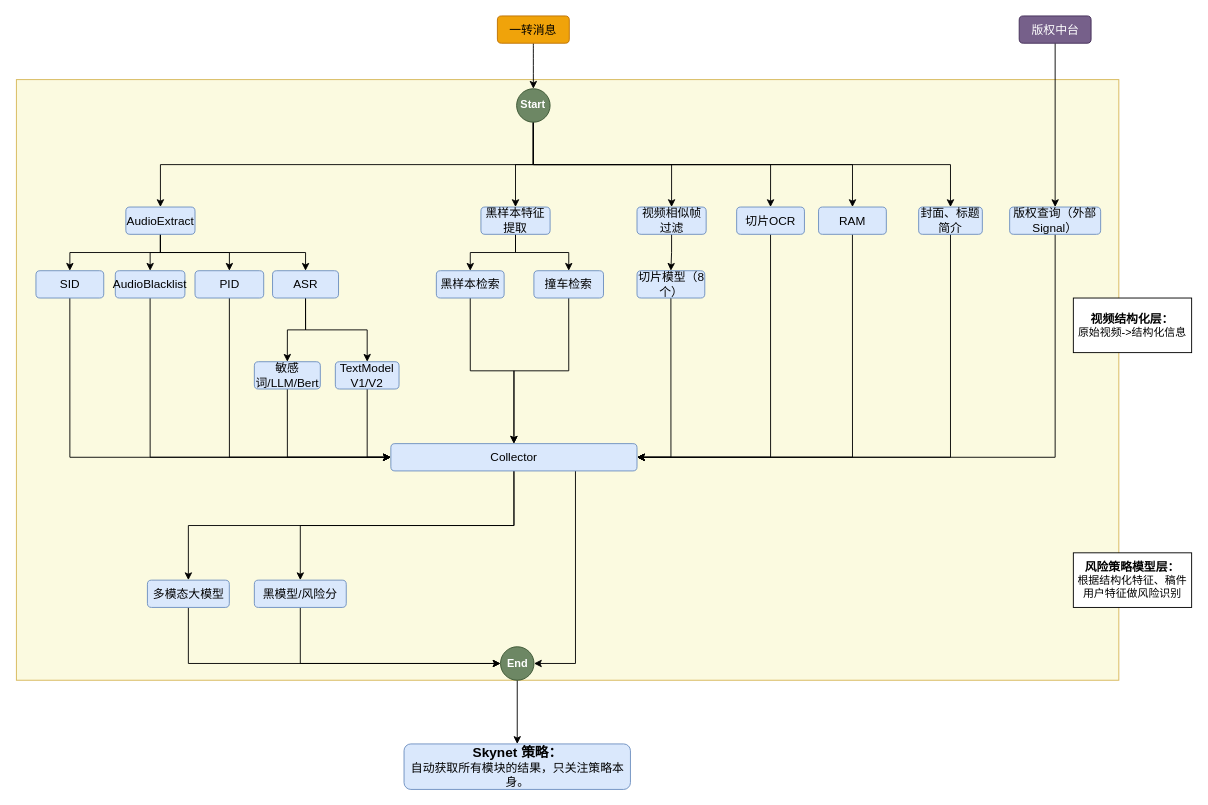
Before: page "静态图" (4 of 6) of 机审工程图 - with skyflow.drawio in johnsondeng/drawio, a draw.io diagram. Source tidied: cells renumbered, new cells numbered last; positions are measured from the earlier drawing's top-left corner, leaving out a move shared by most shapes. Both pictures are drawn from the tidied source at 91%, with x=0, y=0 at pixel (15, 15).
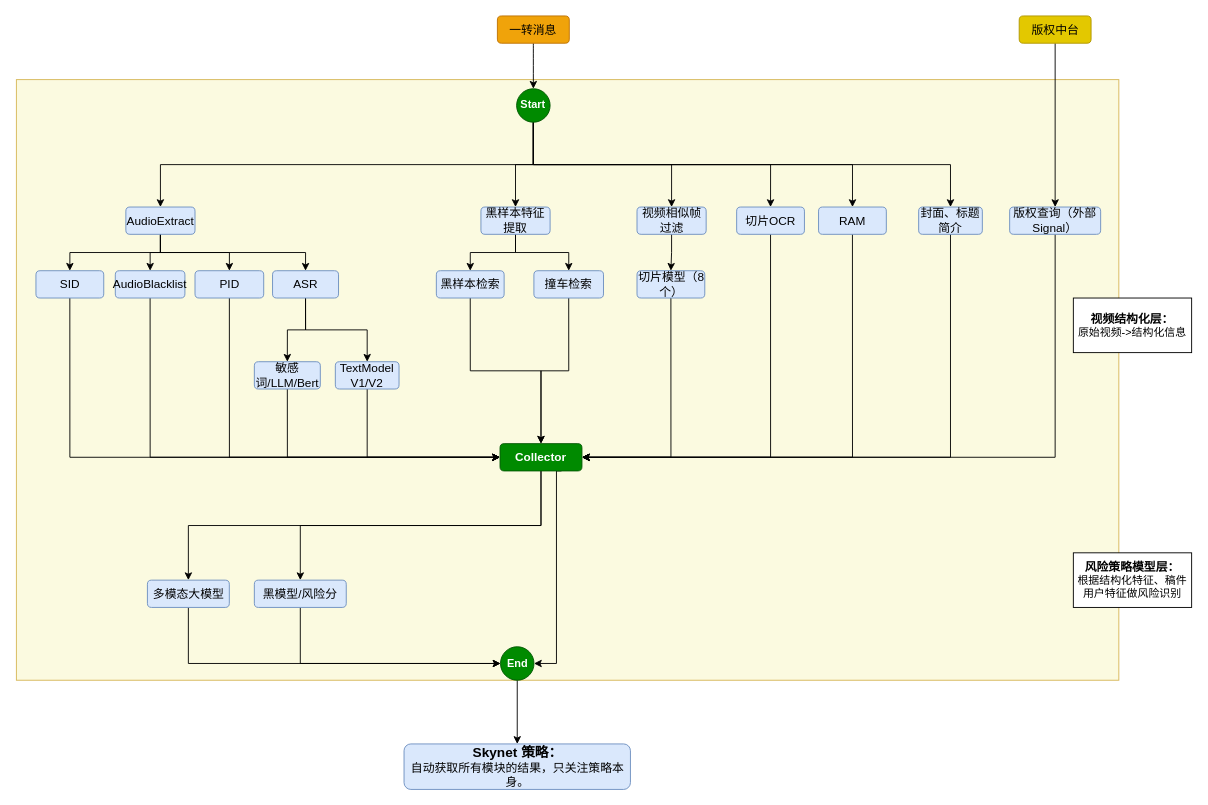
The same diagram, later.

What changed in the source:
```diff
@@
-    <mxCell id="40" value="&lt;div style=&quot;font-size: 12px;&quot;&gt;Start&lt;/div&gt;" style="ellipse;whiteSpace=wrap;html=1;fillColor=#6d8764;strokeColor=#3A5431;fontColor=#ffffff;fontSize=12;fontStyle=1;" parent="1" vertex="1">
+    <mxCell id="40" value="&lt;div style=&quot;font-size: 12px;&quot;&gt;Start&lt;/div&gt;" style="ellipse;whiteSpace=wrap;html=1;fillColor=#008a00;strokeColor=#005700;fontColor=#ffffff;fontSize=12;fontStyle=1;" parent="1" vertex="1">
       <mxGeometry x="550.2" y="80" width="36.8" height="36.8" as="geometry" />
     </mxCell>
@@
     <mxCell id="47" style="edgeStyle=orthogonalEdgeStyle;rounded=0;jettySize=auto;html=1;exitX=0.75;exitY=1;exitDx=0;exitDy=0;entryX=1;entryY=0.5;entryDx=0;entryDy=0;" parent="1" edge="1" source="48" target="59">
       <mxGeometry relative="1" as="geometry">
         <Array as="points">
-          <mxPoint x="615" y="712" />
+          <mxPoint x="594" y="712" />
         </Array>
       </mxGeometry>
     </mxCell>
-    <mxCell id="48" value="Collector" style="rounded=1;whiteSpace=wrap;html=1;fontSize=13;fillColor=#dae8fc;strokeColor=#6c8ebf;" parent="1" vertex="1">
-      <mxGeometry x="412" y="470" width="270.5" height="30" as="geometry" />
+    <mxCell id="48" value="Collector" style="rounded=1;whiteSpace=wrap;html=1;fontSize=13;fillColor=#008a00;strokeColor=#005700;fontColor=#ffffff;fontStyle=1;" parent="1" vertex="1">
+      <mxGeometry x="532" y="470" width="90" height="30" as="geometry" />
     </mxCell>
@@
-    <mxCell id="59" value="&lt;div style=&quot;font-size: 12px;&quot;&gt;End&lt;/div&gt;" style="ellipse;whiteSpace=wrap;html=1;fillColor=#6d8764;strokeColor=#3A5431;fontColor=#ffffff;fontSize=12;fontStyle=1;" parent="1" vertex="1">
+    <mxCell id="59" value="&lt;div style=&quot;font-size: 12px;&quot;&gt;End&lt;/div&gt;" style="ellipse;whiteSpace=wrap;html=1;fillColor=#008a00;strokeColor=#005700;fontColor=#ffffff;fontSize=12;fontStyle=1;" parent="1" vertex="1">
       <mxGeometry x="532.5" y="693.2" width="36.8" height="36.8" as="geometry" />
     </mxCell>
@@
-    <mxCell id="61" value="版权中台" style="rounded=1;whiteSpace=wrap;html=1;fontSize=13;fillColor=#76608a;strokeColor=#432D57;fontColor=#ffffff;" parent="1" vertex="1">
+    <mxCell id="61" value="版权中台" style="rounded=1;whiteSpace=wrap;html=1;fontSize=13;fillColor=#e3c800;strokeColor=#B09500;fontColor=#000000;" parent="1" vertex="1">
       <mxGeometry x="1102.5" width="79" height="30" as="geometry" />
     </mxCell>
```
